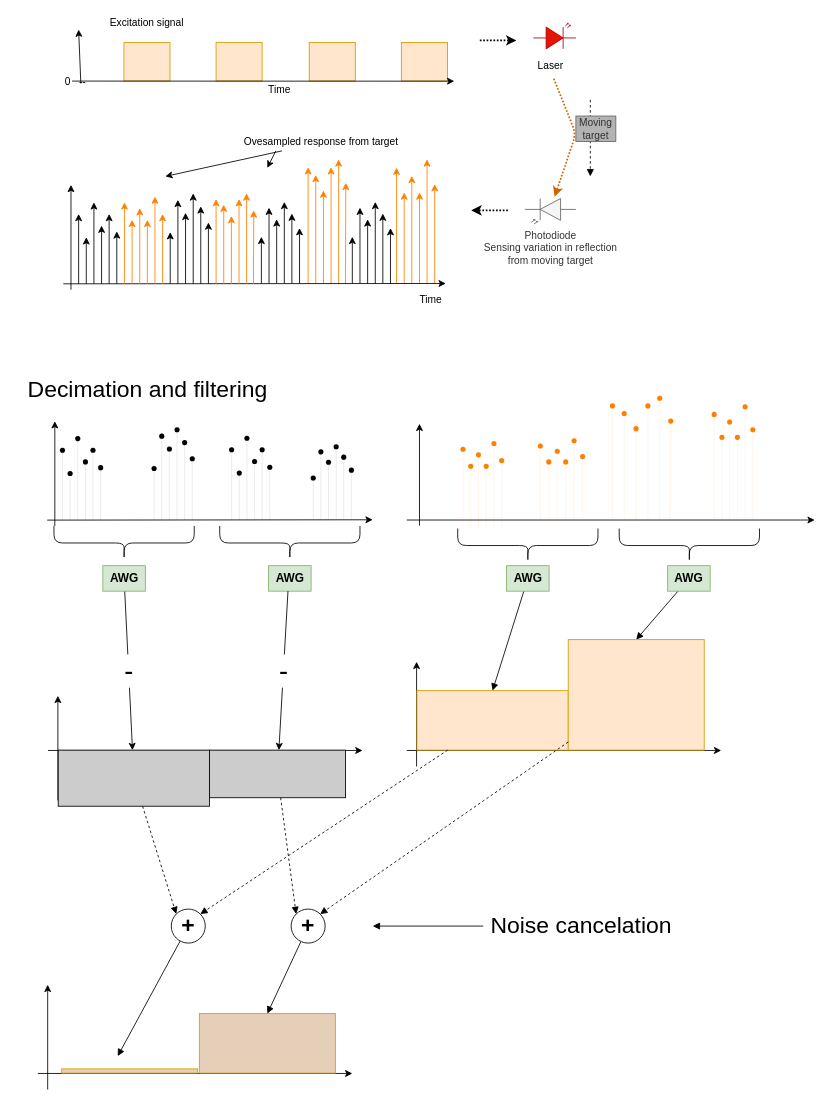
Rune75/Arduino_Synchronous_Detector keeps this draw.io diagram as page "Signals_alt" (2 of 5) of specs/lockin_detector.drawio. Above is the earlier version. Source tidied: cells renumbered, new cells numbered last; positions are measured from the earlier drawing's top-left corner, leaving out a move shared by most shapes. Both pictures are drawn from the tidied source at 85%, with x=0, y=0 at pixel (20, 14).
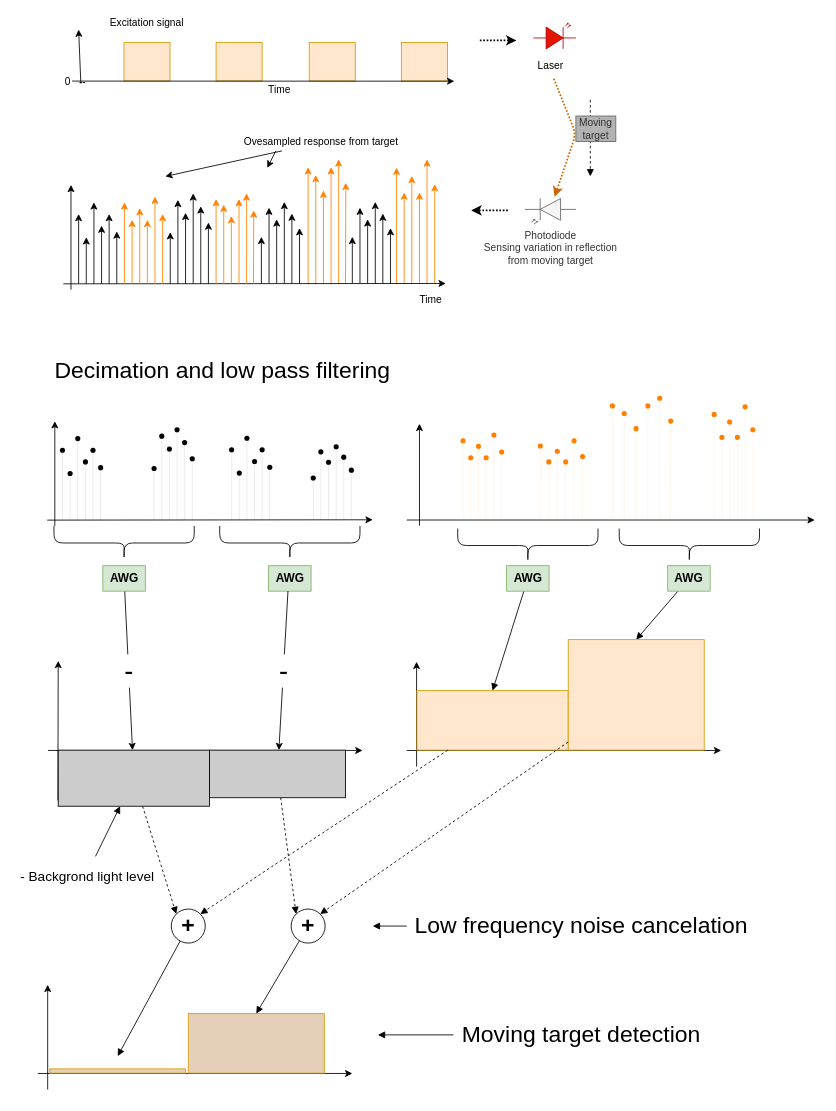
The same page after the edit.

The change refers to these unchanged cells:
```xml
<mxCell id="111" style="group;" parent="1" vertex="1">
  <mxGeometry x="455" y="451" width="480" height="153.3" as="geometry" />
</mxCell>
<mxCell id="147" style="group;" parent="1" vertex="1">
  <mxGeometry x="33" y="801" width="370" height="130" as="geometry" />
</mxCell>
<mxCell id="150" style="rounded=0;whiteSpace=wrap;html=1;strokeWidth=1;fillColor=#CCCCCC;" parent="147" vertex="1">
  <mxGeometry x="12" y="64" width="178" height="66" as="geometry" />
</mxCell>
<mxCell id="165" style="group;" parent="1" vertex="1">
  <mxGeometry x="21" y="1115" width="370" height="149.3" as="geometry" />
</mxCell>
```

Diff of the diagram source:
```diff
@@
     <mxCell id="129" style="group;" parent="111" vertex="1">
-      <mxGeometry x="66.2" y="53.3" width="45.5" height="100" as="geometry" />
+      <mxGeometry x="66.2" y="43.3" width="45.5" height="100" as="geometry" />
     </mxCell>
@@
     <mxCell id="148" style="endArrow=classic;html=1;" parent="147" edge="1">
       <mxGeometry relative="1" as="geometry">
         <mxPoint x="11.6" y="123.3" as="sourcePoint" />
-        <mxPoint x="11.6" as="targetPoint" />
+        <mxPoint x="12" y="-41" as="targetPoint" />
       </mxGeometry>
     </mxCell>
@@
     <mxCell id="169" style="rounded=0;whiteSpace=wrap;html=1;strokeWidth=1;fillColor=#E6CFB8;strokeColor=#d79b00;" parent="165" vertex="1">
-      <mxGeometry x="190" y="60" width="160" height="70" as="geometry" />
+      <mxGeometry x="177" y="60" width="160" height="70" as="geometry" />
     </mxCell>
-    <mxCell id="170" value="&lt;font style=&quot;font-size: 27px&quot;&gt;Decimation and filtering&lt;/font&gt;" style="text;html=1;align=center;verticalAlign=middle;strokeColor=none;fillColor=none;" parent="1" vertex="1">
-      <mxGeometry y="431" width="300" height="20" as="geometry" />
+    <mxCell id="170" value="&lt;font style=&quot;font-size: 27px&quot;&gt;Decimation and low pass filtering&lt;/font&gt;" style="text;html=1;align=center;verticalAlign=middle;strokeColor=none;fillColor=none;" parent="1" vertex="1">
+      <mxGeometry x="33" y="409" width="410" height="20" as="geometry" />
     </mxCell>
@@
-    <mxCell id="180" value="Noise cancelation" style="text;html=1;align=center;verticalAlign=middle;points=[];strokeColor=none;fillColor=none;fontSize=27;" parent="1" vertex="1">
-      <mxGeometry x="545" y="1052" width="230" height="40" as="geometry" />
+    <mxCell id="180" value="Low frequency noise cancelation" style="text;html=1;align=center;verticalAlign=middle;points=[];strokeColor=none;fillColor=none;fontSize=27;" parent="1" vertex="1">
+      <mxGeometry x="455" y="1052" width="410" height="40" as="geometry" />
     </mxCell>
     <mxCell id="181" style="rounded=0;whiteSpace=wrap;html=1;strokeWidth=1;fillColor=#E6CFB8;strokeColor=#d79b00;" parent="1" vertex="1">
-      <mxGeometry x="49" y="1240" width="160" height="5" as="geometry" />
+      <mxGeometry x="35" y="1240" width="160" height="5" as="geometry" />
     </mxCell>
+    <mxCell id="182" style="edgeStyle=none;rounded=0;jettySize=auto;html=1;fontSize=27;endArrow=block;endFill=1;strokeColor=#000000;strokeWidth=1;" parent="1" edge="1" source="183">
+      <mxGeometry relative="1" as="geometry">
+        <mxPoint x="421" y="1200" as="targetPoint" />
+      </mxGeometry>
+    </mxCell>
+    <mxCell id="183" value="Moving target detection" style="text;html=1;align=center;verticalAlign=middle;points=[];strokeColor=none;fillColor=none;fontSize=27;" parent="1" vertex="1">
+      <mxGeometry x="510" y="1180" width="300" height="40" as="geometry" />
+    </mxCell>
+    <mxCell id="184" style="edgeStyle=none;rounded=0;jettySize=auto;html=1;fontSize=16;endArrow=block;endFill=1;strokeColor=#000000;strokeWidth=1;" parent="1" edge="1" source="185" target="150">
+      <mxGeometry relative="1" as="geometry" />
+    </mxCell>
+    <mxCell id="185" value="&lt;font style=&quot;font-size: 16px&quot;&gt;- Backgrond light level&lt;/font&gt;" style="text;html=1;align=center;verticalAlign=middle;points=[];strokeColor=none;fillColor=none;fontSize=27;" parent="1" vertex="1">
+      <mxGeometry x="-6" y="990" width="170" height="40" as="geometry" />
+    </mxCell>
```
